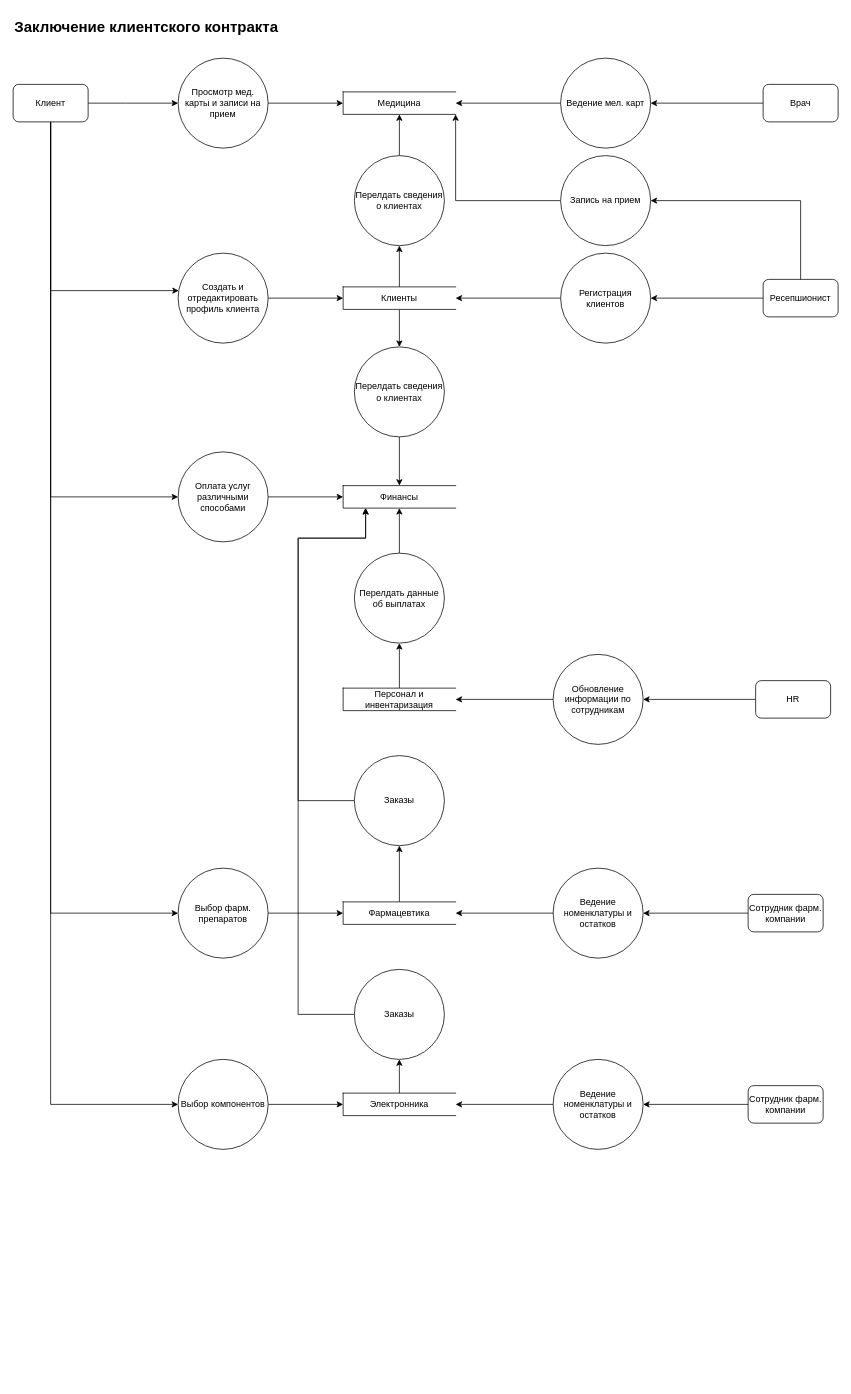
Before: Task2/data-flow.drawio in aipetryakov/architecture-future_2_0, a draw.io diagram. Source tidied: cells renumbered, new cells numbered last; positions are measured from the earlier drawing's top-left corner, leaving out a move shared by most shapes. Both pictures are drawn from the tidied source at 75%, with x=0, y=0 at pixel (13, 13).
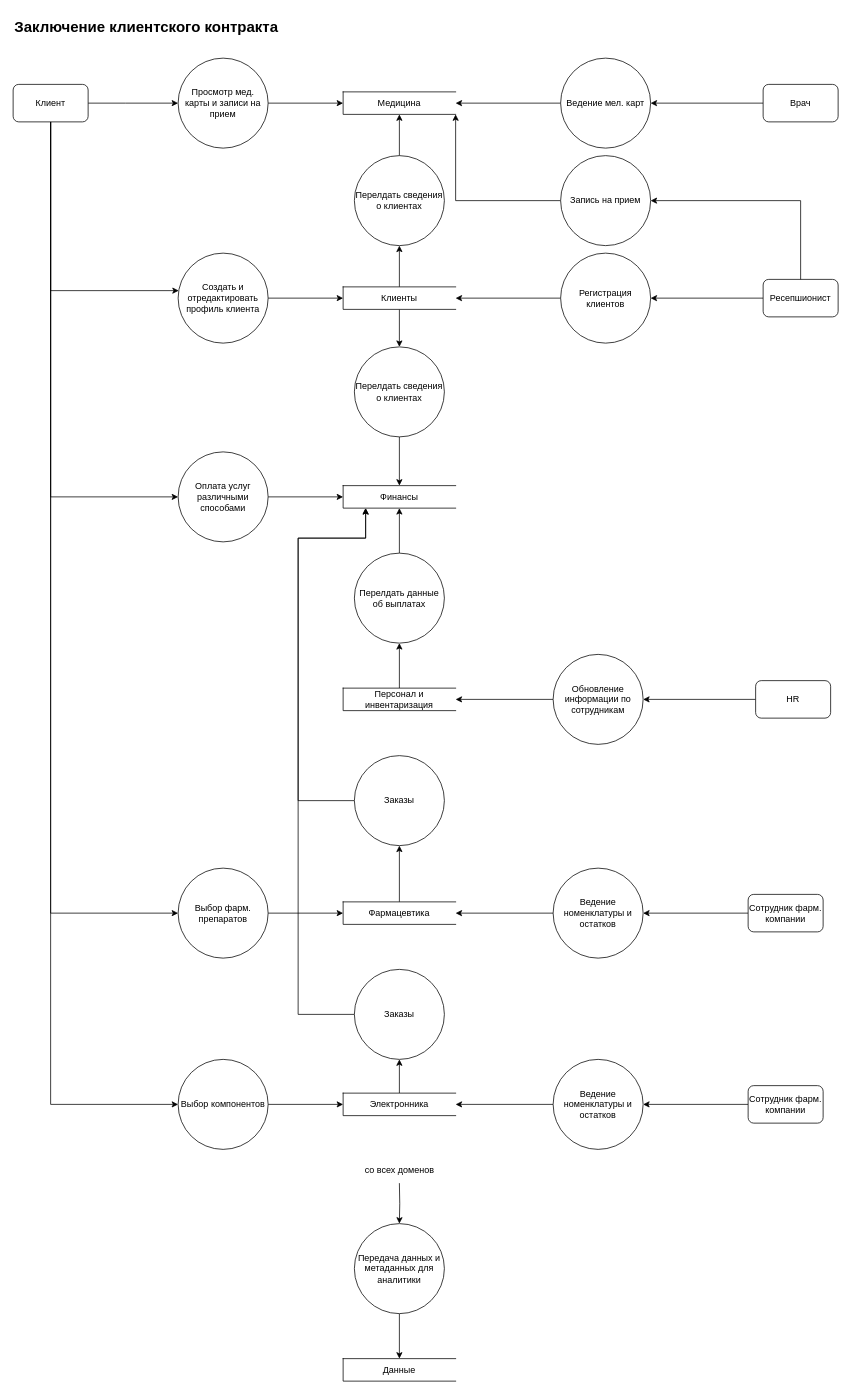
Above is the later version.

Diff of the diagram source:
```diff
@@
+    <mxCell id="63" style="edgeStyle=orthogonalEdgeStyle;rounded=0;jettySize=auto;html=1;" parent="1" edge="1" target="66">
+      <mxGeometry relative="1" as="geometry">
+        <mxPoint x="515" y="1560" as="sourcePoint" />
+      </mxGeometry>
+    </mxCell>
@@
+    <mxCell id="64" value="Данные" style="html=1;dashed=0;whiteSpace=wrap;shape=partialRectangle;right=0;" parent="1" vertex="1">
+      <mxGeometry x="440" y="1794" width="150" height="30" as="geometry" />
+    </mxCell>
+    <mxCell id="65" style="edgeStyle=orthogonalEdgeStyle;rounded=0;jettySize=auto;html=1;" parent="1" edge="1" source="66" target="64">
+      <mxGeometry relative="1" as="geometry" />
+    </mxCell>
+    <mxCell id="66" value="Передача данных и метаданных для аналитики" style="ellipse;whiteSpace=wrap;html=1;" parent="1" vertex="1">
+      <mxGeometry x="455" y="1614" width="120" height="120" as="geometry" />
+    </mxCell>
+    <mxCell id="67" value="со всех доменов" style="text;html=1;align=center;verticalAlign=middle;strokeColor=none;fillColor=none;" parent="1" vertex="1">
+      <mxGeometry x="455" y="1528" width="120" height="30" as="geometry" />
+    </mxCell>
```
